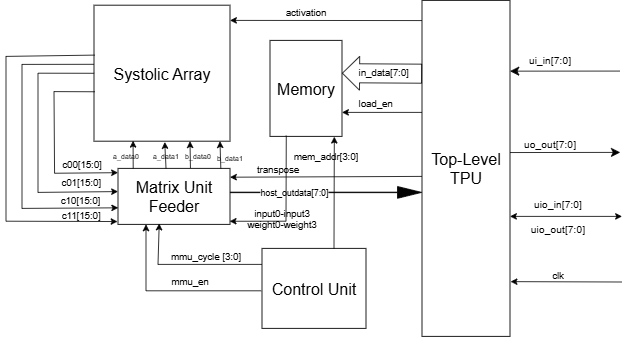
Earlier version of the draw.io export docs/ECE298A-TPU.png (WilliamZhang20/ECE298A-TPU). Source tidied: cells renumbered, new cells last; positions are measured from the earlier drawing's top-left corner, leaving out a move shared by most shapes.
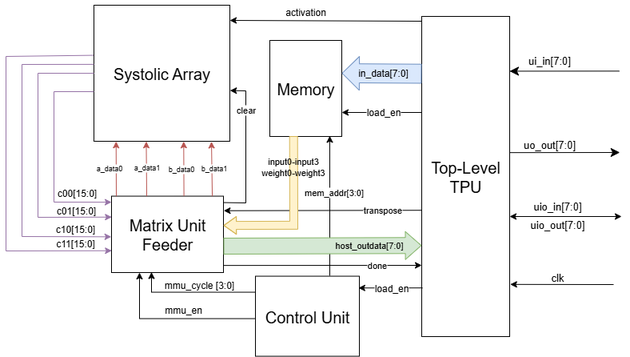
After the change.

What changed in the source:
```diff
@@ -8,3 +8,3 @@
     <mxCell id="3" value="Top-Level&lt;div&gt;TPU&lt;/div&gt;" style="rounded=0;whiteSpace=wrap;html=1;fontSize=20;" parent="1" vertex="1">
-      <mxGeometry x="520" width="110" height="420" as="geometry" />
+      <mxGeometry x="520" y="20" width="110" height="400" as="geometry" />
     </mxCell>
@@ -14,6 +14,6 @@
     <mxCell id="5" value="Control Unit" style="rounded=0;whiteSpace=wrap;html=1;fontSize=20;" parent="1" vertex="1">
-      <mxGeometry x="320" y="310" width="130" height="100" as="geometry" />
+      <mxGeometry x="312" y="344.6" width="130" height="100" as="geometry" />
     </mxCell>
     <mxCell id="6" value="Matrix Unit Feeder" style="rounded=0;whiteSpace=wrap;html=1;fontSize=20;" parent="1" vertex="1">
-      <mxGeometry x="140" y="210" width="140" height="70" as="geometry" />
+      <mxGeometry x="132" y="244.6" width="140" height="95.4" as="geometry" />
     </mxCell>
@@ -44,8 +44,8 @@
     <mxCell id="12" value="uio_in[7:0]" style="text;html=1;align=center;verticalAlign=middle;whiteSpace=wrap;rounded=0;fontSize=13;" parent="1" vertex="1">
-      <mxGeometry x="660" y="240" width="60" height="30" as="geometry" />
+      <mxGeometry x="660" y="242" width="60" height="30" as="geometry" />
     </mxCell>
     <mxCell id="13" value="uio_out&lt;span style=&quot;background-color: transparent; color: light-dark(rgb(0, 0, 0), rgb(255, 255, 255));&quot;&gt;[7:0]&lt;/span&gt;" style="text;html=1;align=center;verticalAlign=middle;whiteSpace=wrap;rounded=0;fontSize=13;" parent="1" vertex="1">
-      <mxGeometry x="660" y="261" width="60" height="50" as="geometry" />
+      <mxGeometry x="660" y="259" width="60" height="41" as="geometry" />
     </mxCell>
-    <mxCell id="14" style="shape=flexArrow;endArrow=classic;html=1;rounded=0;endWidth=17.460317460317462;endSize=6.828571428571428;width=23.80952380952381;" parent="1" edge="1">
+    <mxCell id="14" style="shape=flexArrow;endArrow=classic;html=1;rounded=0;endWidth=17.460317460317462;endSize=6.828571428571428;width=23.80952380952381;fillColor=#dae8fc;strokeColor=#6c8ebf;" parent="1" edge="1">
       <mxGeometry relative="1" as="geometry">
@@ -63,30 +63,22 @@
     </mxCell>
-    <mxCell id="17" value="load_en" style="text;html=1;align=center;verticalAlign=middle;whiteSpace=wrap;rounded=0;" parent="1" vertex="1">
-      <mxGeometry x="432" y="114" width="60" height="30" as="geometry" />
-    </mxCell>
+    <mxCell id="50" value="&lt;span style=&quot;font-size: 12px; text-wrap-mode: wrap;&quot;&gt;load_en&lt;/span&gt;" style="edgeLabel;html=1;align=center;verticalAlign=middle;labelBackgroundColor=#FFFFFF;" parent="16" vertex="1">
+      <mxGeometry x="-0.08" relative="1" as="geometry">
+        <mxPoint x="-2" as="offset" />
+      </mxGeometry>
+    </mxCell>
-    <mxCell id="18" style="endArrow=classic;html=1;rounded=0;exitX=0.62;exitY=-0.004;exitDx=0;exitDy=0;exitPerimeter=0;" parent="1" edge="1">
+    <mxCell id="18" style="endArrow=classic;html=1;rounded=0;entryX=0.833;entryY=0.994;entryDx=0;entryDy=0;entryPerimeter=0;" parent="1" edge="1" target="4">
       <mxGeometry relative="1" as="geometry">
-        <mxPoint x="410" y="310" as="sourcePoint" />
-        <mxPoint x="410.4" y="170.4" as="targetPoint" />
+        <mxPoint x="405" y="344" as="sourcePoint" />
       </mxGeometry>
     </mxCell>
-    <mxCell id="19" value="mem_addr[3:0]" style="text;html=1;align=center;verticalAlign=middle;whiteSpace=wrap;rounded=0;" parent="1" vertex="1">
-      <mxGeometry x="370" y="180" width="60" height="30" as="geometry" />
+    <mxCell id="19" value="mem_addr[3:0]" style="edgeLabel;html=1;align=center;verticalAlign=middle;" parent="18" vertex="1">
+      <mxGeometry x="0.29" relative="1" as="geometry">
+        <mxPoint x="5" y="8" as="offset" />
+      </mxGeometry>
     </mxCell>
-    <mxCell id="20" style="shape=flexArrow;endArrow=classic;html=1;rounded=0;exitX=1;exitY=0.25;exitDx=0;exitDy=0;width=0.6451612903225806;endSize=9.709677419354838;endWidth=13.132154006243496;fillColor=#040404;" parent="1" edge="1">
-      <mxGeometry relative="1" as="geometry">
-        <mxPoint x="280" y="240" as="sourcePoint" />
-        <mxPoint x="520" y="240" as="targetPoint" />
-      </mxGeometry>
-    </mxCell>
-    <mxCell id="21" value="host_outdata[7:0]" style="edgeLabel;html=1;align=center;verticalAlign=middle;" parent="20" vertex="1">
-      <mxGeometry x="-0.76" relative="1" as="geometry">
-        <mxPoint x="52" as="offset" />
-      </mxGeometry>
-    </mxCell>
-    <mxCell id="22" style="endArrow=classic;html=1;rounded=0;entryX=0.368;entryY=0.984;entryDx=0;entryDy=0;entryPerimeter=0;" parent="1" edge="1" target="6">
+    <mxCell id="22" style="endArrow=classic;html=1;rounded=0;entryX=0.357;entryY=0.995;entryDx=0;entryDy=0;entryPerimeter=0;" parent="1" edge="1" target="6">
       <mxGeometry relative="1" as="geometry">
-        <mxPoint x="320" y="330" as="sourcePoint" />
+        <mxPoint x="312" y="364.6" as="sourcePoint" />
         <Array as="points">
-          <mxPoint x="190" y="330" />
+          <mxPoint x="182" y="364.6" />
         </Array>
@@ -95,20 +87,16 @@
     <mxCell id="23" value="mmu_cycle [3:0]" style="text;html=1;align=center;verticalAlign=middle;whiteSpace=wrap;rounded=0;" parent="1" vertex="1">
-      <mxGeometry x="200" y="306" width="100" height="30" as="geometry" />
+      <mxGeometry x="192" y="340.6" width="100" height="30" as="geometry" />
     </mxCell>
-    <mxCell id="24" style="endArrow=classic;html=1;rounded=0;entryX=0.321;entryY=0.918;entryDx=0;entryDy=0;entryPerimeter=0;" parent="1" edge="1" target="2">
+    <mxCell id="24" style="endArrow=classic;html=1;rounded=0;entryX=0.256;entryY=0.922;entryDx=0;entryDy=0;entryPerimeter=0;fillColor=#f8cecc;strokeColor=#b85450;" parent="1" edge="1">
       <mxGeometry relative="1" as="geometry">
-        <mxPoint x="159" y="210" as="sourcePoint" />
+        <mxPoint x="138" y="244.6" as="sourcePoint" />
+        <mxPoint x="137.7" y="176.2" as="targetPoint" />
       </mxGeometry>
     </mxCell>
-    <mxCell id="25" style="endArrow=classic;html=1;rounded=0;exitX=0.085;exitY=0.694;exitDx=0;exitDy=0;exitPerimeter=0;entryX=-0.005;entryY=0.586;entryDx=0;entryDy=0;entryPerimeter=0;" parent="1" edge="1">
-      <mxGeometry relative="1" as="geometry">
-        <mxPoint x="111.2" y="114.2" as="sourcePoint" />
-        <mxPoint x="140" y="215.3" as="targetPoint" />
-        <Array as="points">
-          <mxPoint x="60" y="114" />
-          <mxPoint x="60.7" y="216.1" />
-        </Array>
-      </mxGeometry>
-    </mxCell>
+    <mxCell id="36" value="a_data0" style="edgeLabel;html=1;align=center;verticalAlign=middle;fontSize=9;" parent="24" vertex="1">
+      <mxGeometry x="0.12" relative="1" as="geometry">
+        <mxPoint x="-9" y="3" as="offset" />
+      </mxGeometry>
+    </mxCell>
-    <mxCell id="26" style="endArrow=classic;html=1;rounded=0;exitX=0.08;exitY=0.55;exitDx=0;exitDy=0;exitPerimeter=0;entryX=0;entryY=0.414;entryDx=0;entryDy=0;entryPerimeter=0;" parent="1" edge="1" target="6">
+    <mxCell id="26" style="endArrow=classic;html=1;rounded=0;exitX=0.08;exitY=0.55;exitDx=0;exitDy=0;exitPerimeter=0;entryX=0.002;entryY=0.274;entryDx=0;entryDy=0;entryPerimeter=0;fillColor=#e1d5e7;strokeColor=#9673a6;" parent="1" edge="1" target="6">
       <mxGeometry relative="1" as="geometry">
@@ -117,3 +105,3 @@
           <mxPoint x="40" y="91" />
-          <mxPoint x="40" y="240" />
+          <mxPoint x="40" y="271" />
         </Array>
@@ -121,3 +109,3 @@
     </mxCell>
-    <mxCell id="27" style="endArrow=classic;html=1;rounded=0;exitX=0.079;exitY=0.445;exitDx=0;exitDy=0;exitPerimeter=0;entryX=0.002;entryY=0.704;entryDx=0;entryDy=0;entryPerimeter=0;" parent="1" edge="1" source="2" target="6">
+    <mxCell id="27" style="endArrow=classic;html=1;rounded=0;exitX=0.079;exitY=0.445;exitDx=0;exitDy=0;exitPerimeter=0;entryX=-0.002;entryY=0.532;entryDx=0;entryDy=0;entryPerimeter=0;fillColor=#e1d5e7;strokeColor=#9673a6;" parent="1" edge="1" source="2" target="6">
       <mxGeometry relative="1" as="geometry">
@@ -125,3 +113,3 @@
           <mxPoint x="20" y="80" />
-          <mxPoint x="20" y="260" />
+          <mxPoint x="20" y="295" />
         </Array>
@@ -129,3 +117,3 @@
     </mxCell>
-    <mxCell id="28" style="endArrow=classic;html=1;rounded=0;exitX=0.085;exitY=0.388;exitDx=0;exitDy=0;exitPerimeter=0;entryX=-0.005;entryY=0.949;entryDx=0;entryDy=0;entryPerimeter=0;" parent="1" edge="1" source="2" target="6">
+    <mxCell id="28" style="endArrow=classic;html=1;rounded=0;exitX=0.076;exitY=0.389;exitDx=0;exitDy=0;exitPerimeter=0;entryX=0.002;entryY=0.714;entryDx=0;entryDy=0;entryPerimeter=0;fillColor=#e1d5e7;strokeColor=#9673a6;" parent="1" edge="1" source="2" target="6">
       <mxGeometry relative="1" as="geometry">
@@ -133,3 +121,3 @@
           <mxPoint y="70" />
-          <mxPoint y="276" />
+          <mxPoint y="313" />
         </Array>
@@ -138,40 +126,54 @@
     <mxCell id="29" value="c00[15:0]" style="text;html=1;align=center;verticalAlign=middle;whiteSpace=wrap;rounded=0;" parent="1" vertex="1">
-      <mxGeometry x="70" y="190" width="50" height="30" as="geometry" />
+      <mxGeometry x="64" y="225.6" width="50" height="30" as="geometry" />
     </mxCell>
     <mxCell id="30" value="c01[15:0]" style="text;html=1;align=center;verticalAlign=middle;whiteSpace=wrap;rounded=0;" parent="1" vertex="1">
-      <mxGeometry x="69" y="213" width="50" height="30" as="geometry" />
+      <mxGeometry x="63" y="247.6" width="50" height="30" as="geometry" />
     </mxCell>
     <mxCell id="31" value="c10[15:0]" style="text;html=1;align=center;verticalAlign=middle;whiteSpace=wrap;rounded=0;" parent="1" vertex="1">
-      <mxGeometry x="68" y="236" width="50" height="30" as="geometry" />
+      <mxGeometry x="62" y="270.6" width="50" height="30" as="geometry" />
     </mxCell>
     <mxCell id="32" value="c11&lt;span style=&quot;background-color: transparent; color: light-dark(rgb(0, 0, 0), rgb(255, 255, 255));&quot;&gt;[15:0]&lt;/span&gt;" style="text;html=1;align=center;verticalAlign=middle;whiteSpace=wrap;rounded=0;" parent="1" vertex="1">
-      <mxGeometry x="69" y="254" width="50" height="30" as="geometry" />
+      <mxGeometry x="62" y="288.6" width="50" height="30" as="geometry" />
     </mxCell>
-    <mxCell id="33" style="endArrow=classic;html=1;rounded=0;entryX=0.517;entryY=0.926;entryDx=0;entryDy=0;entryPerimeter=0;" parent="1" edge="1" target="2">
+    <mxCell id="33" style="endArrow=classic;html=1;rounded=0;entryX=0.418;entryY=0.922;entryDx=0;entryDy=0;entryPerimeter=0;fillColor=#f8cecc;strokeColor=#b85450;" parent="1" edge="1">
       <mxGeometry relative="1" as="geometry">
-        <mxPoint x="200" y="210" as="sourcePoint" />
+        <mxPoint x="176" y="244.6" as="sourcePoint" />
+        <mxPoint x="175.4" y="176.2" as="targetPoint" />
       </mxGeometry>
     </mxCell>
+    <mxCell id="37" value="a_data1" style="edgeLabel;html=1;align=center;verticalAlign=middle;fontSize=9;" parent="33" vertex="1">
+      <mxGeometry x="0.12" y="1" relative="1" as="geometry">
+        <mxPoint x="1" y="3" as="offset" />
+      </mxGeometry>
+    </mxCell>
-    <mxCell id="34" style="endArrow=classic;html=1;rounded=0;entryX=0.517;entryY=0.926;entryDx=0;entryDy=0;entryPerimeter=0;exitX=0.647;exitY=-0.005;exitDx=0;exitDy=0;exitPerimeter=0;" parent="1" edge="1" source="6">
+    <mxCell id="34" style="endArrow=classic;html=1;rounded=0;entryX=0.635;entryY=0.922;entryDx=0;entryDy=0;entryPerimeter=0;exitX=0.647;exitY=-0.005;exitDx=0;exitDy=0;exitPerimeter=0;fillColor=#f8cecc;strokeColor=#b85450;" parent="1" edge="1">
       <mxGeometry relative="1" as="geometry">
-        <mxPoint x="230" y="176" as="targetPoint" />
+        <mxPoint x="222.6" y="244.2" as="sourcePoint" />
+        <mxPoint x="222.3" y="176.2" as="targetPoint" />
       </mxGeometry>
     </mxCell>
+    <mxCell id="38" value="b_data0" style="edgeLabel;html=1;align=center;verticalAlign=middle;fontSize=9;" parent="34" vertex="1">
+      <mxGeometry x="0.18" y="-1" relative="1" as="geometry">
+        <mxPoint x="-5" y="6" as="offset" />
+      </mxGeometry>
+    </mxCell>
-    <mxCell id="35" style="endArrow=classic;html=1;rounded=0;entryX=0.517;entryY=0.926;entryDx=0;entryDy=0;entryPerimeter=0;exitX=0.647;exitY=-0.005;exitDx=0;exitDy=0;exitPerimeter=0;" parent="1" edge="1">
+    <mxCell id="35" style="endArrow=classic;html=1;rounded=0;entryX=0.819;entryY=0.923;entryDx=0;entryDy=0;entryPerimeter=0;exitX=0.647;exitY=-0.005;exitDx=0;exitDy=0;exitPerimeter=0;fillColor=#f8cecc;strokeColor=#b85450;" parent="1" edge="1">
       <mxGeometry relative="1" as="geometry">
-        <mxPoint x="268.5" y="210" as="sourcePoint" />
-        <mxPoint x="267.5" y="176" as="targetPoint" />
+        <mxPoint x="258.1" y="244.6" as="sourcePoint" />
+        <mxPoint x="257" y="176.4" as="targetPoint" />
       </mxGeometry>
     </mxCell>
-    <mxCell id="36" value="a_data0" style="text;html=1;align=center;verticalAlign=middle;whiteSpace=wrap;rounded=0;fontSize=9;" parent="1" vertex="1">
-      <mxGeometry x="120" y="180" width="60" height="30" as="geometry" />
-    </mxCell>
-    <mxCell id="37" value="a_data1" style="text;html=1;align=center;verticalAlign=middle;whiteSpace=wrap;rounded=0;fontSize=9;" parent="1" vertex="1">
-      <mxGeometry x="170" y="180" width="60" height="30" as="geometry" />
-    </mxCell>
-    <mxCell id="38" value="b_data0" style="text;html=1;align=center;verticalAlign=middle;whiteSpace=wrap;rounded=0;fontSize=9;" parent="1" vertex="1">
-      <mxGeometry x="210" y="180" width="60" height="30" as="geometry" />
-    </mxCell>
+    <mxCell id="51" value="&lt;span style=&quot;color: rgba(0, 0, 0, 0); font-family: monospace; font-size: 0px; text-align: start; background-color: rgb(236, 236, 236);&quot;&gt;%3CmxGraphModel%3E%3Croot%3E%3CmxCell%20id%3D%220%22%2F%3E%3CmxCell%20id%3D%221%22%20parent%3D%220%22%2F%3E%3CmxCell%20id%3D%222%22%20value%3D%22b_data1%22%20style%3D%22text%3Bhtml%3D1%3Balign%3Dcenter%3BverticalAlign%3Dmiddle%3BwhiteSpace%3Dwrap%3Brounded%3D0%3BfontSize%3D9%3B%22%20vertex%3D%221%22%20parent%3D%221%22%3E%3CmxGeometry%20x%3D%22259%22%20y%3D%22306.22%22%20width%3D%2260%22%20height%3D%2230%22%20as%3D%22geometry%22%2F%3E%3C%2FmxCell%3E%3C%2Froot%3E%3C%2FmxGraphModel%3E&lt;/span&gt;" style="edgeLabel;html=1;align=center;verticalAlign=middle;" parent="35" vertex="1">
+      <mxGeometry x="-0.1" y="-1" relative="1" as="geometry" />
+    </mxCell>
+    <mxCell id="52" value="&lt;span style=&quot;color: rgba(0, 0, 0, 0); font-family: monospace; font-size: 0px; text-align: start; background-color: rgb(236, 236, 236);&quot;&gt;%3CmxGraphModel%3E%3Croot%3E%3CmxCell%20id%3D%220%22%2F%3E%3CmxCell%20id%3D%221%22%20parent%3D%220%22%2F%3E%3CmxCell%20id%3D%222%22%20value%3D%22b_data1%22%20style%3D%22text%3Bhtml%3D1%3Balign%3Dcenter%3BverticalAlign%3Dmiddle%3BwhiteSpace%3Dwrap%3Brounded%3D0%3BfontSize%3D9%3B%22%20vertex%3D%221%22%20parent%3D%221%22%3E%3CmxGeometry%20x%3D%22259%22%20y%3D%22306.22%22%20width%3D%2260%22%20height%3D%2230%22%20as%3D%22geometry%22%2F%3E%3C%2FmxCell%3E%3C%2Froot%3E%3C%2FmxGraphModel%3E&lt;/span&gt;" style="edgeLabel;html=1;align=center;verticalAlign=middle;" parent="35" vertex="1">
+      <mxGeometry x="-0.03" relative="1" as="geometry" />
+    </mxCell>
+    <mxCell id="53" value="&lt;span style=&quot;color: rgba(0, 0, 0, 0); font-family: monospace; font-size: 0px; text-align: start; background-color: rgb(236, 236, 236);&quot;&gt;%3CmxGraphModel%3E%3Croot%3E%3CmxCell%20id%3D%220%22%2F%3E%3CmxCell%20id%3D%221%22%20parent%3D%220%22%2F%3E%3CmxCell%20id%3D%222%22%20value%3D%22b_data1%22%20style%3D%22text%3Bhtml%3D1%3Balign%3Dcenter%3BverticalAlign%3Dmiddle%3BwhiteSpace%3Dwrap%3Brounded%3D0%3BfontSize%3D9%3B%22%20vertex%3D%221%22%20parent%3D%221%22%3E%3CmxGeometry%20x%3D%22259%22%20y%3D%22306.22%22%20width%3D%2260%22%20height%3D%2230%22%20as%3D%22geometry%22%2F%3E%3C%2FmxCell%3E%3C%2Froot%3E%3C%2FmxGraphModel%3E&lt;/span&gt;" style="edgeLabel;html=1;align=center;verticalAlign=middle;" parent="35" vertex="1">
+      <mxGeometry x="-0.05" relative="1" as="geometry" />
+    </mxCell>
-    <mxCell id="39" value="b_data1" style="text;html=1;align=center;verticalAlign=middle;whiteSpace=wrap;rounded=0;fontSize=9;" parent="1" vertex="1">
-      <mxGeometry x="250" y="183" width="60" height="30" as="geometry" />
+    <mxCell id="39" value="b_data1" style="edgeLabel;html=1;align=center;verticalAlign=middle;fontSize=9;" parent="35" vertex="1">
+      <mxGeometry x="-0.09" relative="1" as="geometry">
+        <mxPoint x="2" y="-4" as="offset" />
+      </mxGeometry>
     </mxCell>
@@ -179,10 +181,11 @@
       <mxGeometry relative="1" as="geometry">
-        <mxPoint x="770" y="352" as="sourcePoint" />
+        <mxPoint x="760" y="355" as="sourcePoint" />
       </mxGeometry>
     </mxCell>
-    <mxCell id="41" value="clk" style="text;html=1;align=center;verticalAlign=middle;whiteSpace=wrap;rounded=0;" parent="1" vertex="1">
-      <mxGeometry x="660" y="329" width="60" height="30" as="geometry" />
+    <mxCell id="41" value="clk" style="text;html=1;align=center;verticalAlign=middle;whiteSpace=wrap;rounded=0;fontSize=13;" parent="1" vertex="1">
+      <mxGeometry x="660" y="331" width="60" height="30" as="geometry" />
     </mxCell>
-    <mxCell id="42" style="endArrow=classic;html=1;rounded=0;exitX=0;exitY=0.06;exitDx=0;exitDy=0;exitPerimeter=0;" parent="1" edge="1" source="3">
+    <mxCell id="42" style="endArrow=classic;html=1;rounded=0;" parent="1" edge="1">
       <mxGeometry relative="1" as="geometry">
+        <mxPoint x="520" y="26" as="sourcePoint" />
         <mxPoint x="280" y="25" as="targetPoint" />
@@ -193,10 +196,12 @@
     </mxCell>
-    <mxCell id="44" style="endArrow=classic;html=1;rounded=0;exitX=0.003;exitY=0.512;exitDx=0;exitDy=0;exitPerimeter=0;" parent="1" edge="1">
+    <mxCell id="44" style="endArrow=classic;html=1;rounded=0;exitX=0;exitY=0.626;exitDx=0;exitDy=0;exitPerimeter=0;entryX=1.003;entryY=0.276;entryDx=0;entryDy=0;entryPerimeter=0;" parent="1" edge="1">
       <mxGeometry relative="1" as="geometry">
-        <mxPoint x="520" y="220" as="sourcePoint" />
-        <mxPoint x="280" y="221" as="targetPoint" />
+        <mxPoint x="520" y="262.2" as="sourcePoint" />
+        <mxPoint x="272.4" y="262.7" as="targetPoint" />
       </mxGeometry>
     </mxCell>
-    <mxCell id="45" value="transpose" style="text;html=1;align=center;verticalAlign=middle;whiteSpace=wrap;rounded=0;" parent="1" vertex="1">
-      <mxGeometry x="310" y="197" width="60" height="30" as="geometry" />
+    <mxCell id="45" value="transpose" style="edgeLabel;html=1;align=center;verticalAlign=middle;" parent="44" vertex="1">
+      <mxGeometry x="-0.61" y="-1" relative="1" as="geometry">
+        <mxPoint x="-1" as="offset" />
+      </mxGeometry>
     </mxCell>
@@ -204,5 +209,5 @@
       <mxGeometry relative="1" as="geometry">
-        <mxPoint x="319" y="363" as="sourcePoint" />
+        <mxPoint x="311" y="397.6" as="sourcePoint" />
         <Array as="points">
-          <mxPoint x="175" y="363" />
+          <mxPoint x="167" y="397.6" />
         </Array>
@@ -211,14 +216,67 @@
     <mxCell id="47" value="mmu_en" style="text;html=1;align=center;verticalAlign=middle;whiteSpace=wrap;rounded=0;" parent="1" vertex="1">
-      <mxGeometry x="200" y="337" width="60" height="30" as="geometry" />
+      <mxGeometry x="192" y="371.6" width="60" height="30" as="geometry" />
     </mxCell>
+    <mxCell id="54" style="endArrow=classic;html=1;rounded=0;entryX=0.991;entryY=0.147;entryDx=0;entryDy=0;exitX=0.009;exitY=0.848;exitDx=0;exitDy=0;entryPerimeter=0;exitPerimeter=0;" parent="1" edge="1" source="3" target="5">
+      <mxGeometry relative="1" as="geometry" />
+    </mxCell>
+    <mxCell id="55" value="&lt;span style=&quot;font-size: 12px; text-wrap-mode: wrap;&quot;&gt;load_en&lt;/span&gt;" style="edgeLabel;html=1;align=center;verticalAlign=middle;labelBackgroundColor=#FFFFFF;" parent="54" vertex="1">
+      <mxGeometry x="-0.24" y="-1" relative="1" as="geometry">
+        <mxPoint x="-9" y="1" as="offset" />
+      </mxGeometry>
+    </mxCell>
+    <mxCell id="56" style="endArrow=classic;html=1;rounded=0;entryX=0;entryY=0.079;entryDx=0;entryDy=0;entryPerimeter=0;fillColor=#e1d5e7;strokeColor=#9673a6;" parent="1" edge="1" target="6">
+      <mxGeometry relative="1" as="geometry">
+        <mxPoint x="110" y="114" as="sourcePoint" />
+        <Array as="points">
+          <mxPoint x="60" y="114" />
+          <mxPoint x="60" y="252" />
+        </Array>
+      </mxGeometry>
+    </mxCell>
+    <mxCell id="57" style="endArrow=classic;html=1;rounded=0;exitX=1.005;exitY=0.084;exitDx=0;exitDy=0;exitPerimeter=0;entryX=0.922;entryY=0.607;entryDx=0;entryDy=0;entryPerimeter=0;" parent="1" edge="1" source="6" target="2">
+      <mxGeometry relative="1" as="geometry">
+        <Array as="points">
+          <mxPoint x="300" y="253" />
+          <mxPoint x="300" y="113" />
+        </Array>
+      </mxGeometry>
+    </mxCell>
+    <mxCell id="58" value="&lt;span style=&quot;text-wrap-mode: wrap;&quot;&gt;clear&lt;/span&gt;" style="edgeLabel;html=1;align=center;verticalAlign=middle;labelBackgroundColor=light-dark(#FFFFFF,transparent);fontSize=11;" parent="57" vertex="1">
+      <mxGeometry x="0.54" relative="1" as="geometry" />
+    </mxCell>
+    <mxCell id="59" style="endArrow=classic;html=1;rounded=0;exitX=1;exitY=0.75;exitDx=0;exitDy=0;" parent="1" edge="1">
+      <mxGeometry relative="1" as="geometry">
+        <mxPoint x="272" y="331.1" as="sourcePoint" />
+        <mxPoint x="520" y="331" as="targetPoint" />
+      </mxGeometry>
+    </mxCell>
+    <mxCell id="60" value="done" style="edgeLabel;html=1;align=center;verticalAlign=middle;" parent="59" vertex="1">
+      <mxGeometry x="-0.88" relative="1" as="geometry">
+        <mxPoint x="176" as="offset" />
+      </mxGeometry>
+    </mxCell>
+    <mxCell id="61" style="shape=flexArrow;endArrow=classic;html=1;rounded=0;entryX=1;entryY=0.5;entryDx=0;entryDy=0;endWidth=11.03448275862069;endSize=4.875862068965517;fillColor=#fff2cc;strokeColor=#d6b656;exitX=0.33;exitY=0.996;exitDx=0;exitDy=0;exitPerimeter=0;" parent="1" edge="1" source="4">
+      <mxGeometry relative="1" as="geometry">
+        <mxPoint x="272" y="281.1" as="targetPoint" />
+        <Array as="points">
+          <mxPoint x="360" y="280.9" />
+        </Array>
+      </mxGeometry>
+    </mxCell>
-    <mxCell id="48" value="input0-input3&lt;br&gt;weight0-weight3&lt;br&gt;&lt;div&gt;&lt;br&gt;&lt;/div&gt;" style="text;html=1;align=center;verticalAlign=middle;whiteSpace=wrap;rounded=0;fillColor=#FFFFFF;" parent="1" vertex="1">
-      <mxGeometry x="295" y="266" width="100" height="30" as="geometry" />
+    <mxCell id="48" value="input0-input3&lt;div&gt;weight0-weight3&lt;/div&gt;" style="edgeLabel;html=1;align=center;verticalAlign=middle;labelBackgroundColor=none;" parent="61" vertex="1">
+      <mxGeometry x="-0.61" relative="1" as="geometry">
+        <mxPoint x="-1" as="offset" />
+      </mxGeometry>
     </mxCell>
-    <mxCell id="49" style="endArrow=classic;html=1;rounded=0;exitX=0.226;exitY=0.992;exitDx=0;exitDy=0;exitPerimeter=0;entryX=0.997;entryY=0.944;entryDx=0;entryDy=0;entryPerimeter=0;" parent="1" edge="1" source="4" target="6">
-      <mxGeometry relative="1" as="geometry">
-        <Array as="points">
-          <mxPoint x="350" y="276" />
-        </Array>
-      </mxGeometry>
-    </mxCell>
+    <mxCell id="62" style="shape=flexArrow;endArrow=classic;html=1;rounded=0;entryX=-0.019;entryY=0.723;entryDx=0;entryDy=0;entryPerimeter=0;fillColor=#d5e8d4;strokeColor=#82b366;width=20;endSize=6.293333333333333;endWidth=13.84;labelBackgroundColor=#FFFFFF;" parent="1" edge="1">
+      <mxGeometry x="0.44" relative="1" as="geometry">
+        <mxPoint x="272" y="307" as="sourcePoint" />
+        <mxPoint x="519.9" y="306.2" as="targetPoint" />
+      </mxGeometry>
+    </mxCell>
+    <mxCell id="21" value="host_outdata[7:0]" style="edgeLabel;html=1;align=center;verticalAlign=middle;labelBackgroundColor=none;" parent="62" vertex="1">
+      <mxGeometry x="0.44" y="6" relative="1" as="geometry">
+        <mxPoint x="3" y="5" as="offset" />
+      </mxGeometry>
+    </mxCell>
   </root>
```
